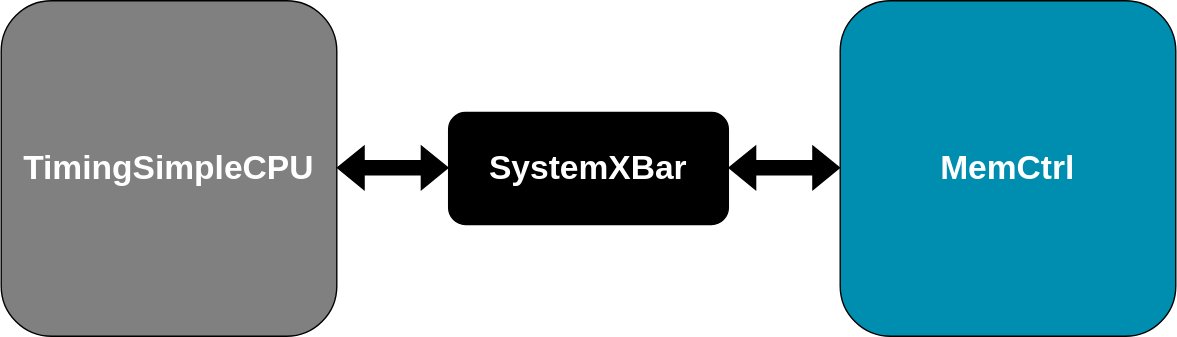
Above: web/slides/02-Using-gem5/06-memory-imgs/comm-monitor-0.drawio.svg in huydinhtran/gem5-2024-bootcamp (draw.io), before the change. Source tidied: cells renumbered, new cells last; positions are measured from the earlier drawing's top-left corner, leaving out a move shared by most shapes.
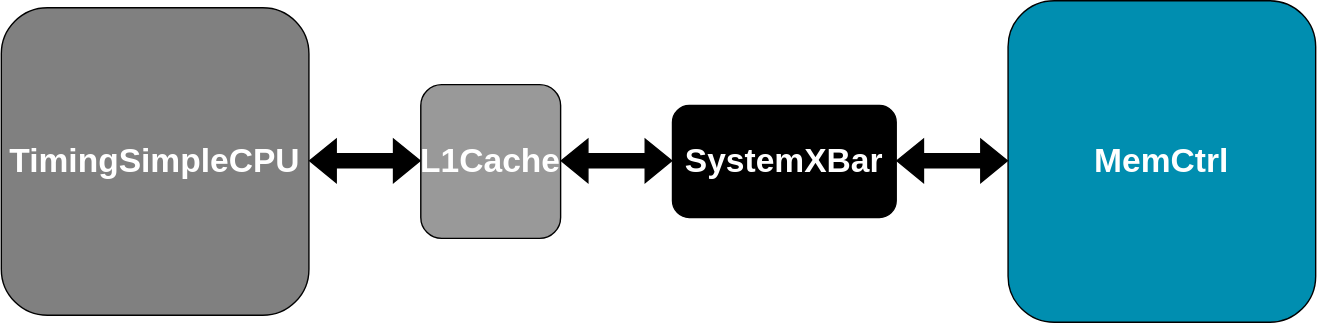
Later version of the same file.

Change to the diagram source:
```diff
@@ -3,25 +3,34 @@
     <mxCell id="0" />
     <mxCell id="1" parent="0" />
     <mxCell id="2" value="TimingSimpleCPU" style="rounded=1;whiteSpace=wrap;html=1;fontSize=24;fontStyle=1;fillColor=#808080;fontColor=#FFFFFF;" parent="1" vertex="1">
-      <mxGeometry width="240" height="240" as="geometry" />
+      <mxGeometry x="10" y="10" width="220" height="220" as="geometry" />
     </mxCell>
     <mxCell id="3" value="SystemXBar" style="rounded=1;whiteSpace=wrap;html=1;fontSize=24;fontStyle=1;fillColor=#000000;fontColor=#FFFFFF;" parent="1" vertex="1">
-      <mxGeometry x="320" y="80" width="200" height="80" as="geometry" />
+      <mxGeometry x="490" y="80" width="160" height="80" as="geometry" />
     </mxCell>
     <mxCell id="4" value="MemCtrl" style="rounded=1;whiteSpace=wrap;html=1;fontSize=24;fontStyle=1;fillColor=#008EB0;fontColor=#FFFFFF;" parent="1" vertex="1">
-      <mxGeometry x="600" width="240" height="240" as="geometry" />
+      <mxGeometry x="730" y="5" width="220" height="230" as="geometry" />
     </mxCell>
     <mxCell id="5" style="shape=flexArrow;endArrow=classic;startArrow=classic;html=1;rounded=0;strokeColor=#000000;fillColor=#000000;" parent="1" edge="1">
       <mxGeometry relative="1" as="geometry">
-        <mxPoint x="240" y="119.5" as="sourcePoint" />
-        <mxPoint x="320" y="119.5" as="targetPoint" />
+        <mxPoint x="230" y="119.5" as="sourcePoint" />
+        <mxPoint x="310" y="119.5" as="targetPoint" />
       </mxGeometry>
     </mxCell>
     <mxCell id="6" style="shape=flexArrow;endArrow=classic;startArrow=classic;html=1;rounded=0;strokeColor=#000000;fillColor=#000000;" parent="1" edge="1">
       <mxGeometry relative="1" as="geometry">
-        <mxPoint x="520" y="119.5" as="sourcePoint" />
-        <mxPoint x="600" y="119.5" as="targetPoint" />
+        <mxPoint x="650" y="119.5" as="sourcePoint" />
+        <mxPoint x="730" y="119.5" as="targetPoint" />
       </mxGeometry>
     </mxCell>
+    <mxCell id="7" value="L1Cache" style="rounded=1;whiteSpace=wrap;html=1;fontSize=24;fontStyle=1;fillColor=#999999;fontColor=#FFFFFF;" parent="1" vertex="1">
+      <mxGeometry x="310" y="65" width="100" height="110" as="geometry" />
+    </mxCell>
+    <mxCell id="8" style="shape=flexArrow;endArrow=classic;startArrow=classic;html=1;rounded=0;strokeColor=#000000;fillColor=#000000;" parent="1" edge="1">
+      <mxGeometry relative="1" as="geometry">
+        <mxPoint x="410" y="119.5" as="sourcePoint" />
+        <mxPoint x="490" y="119.5" as="targetPoint" />
+      </mxGeometry>
+    </mxCell>
   </root>
 </mxGraphModel>
```
